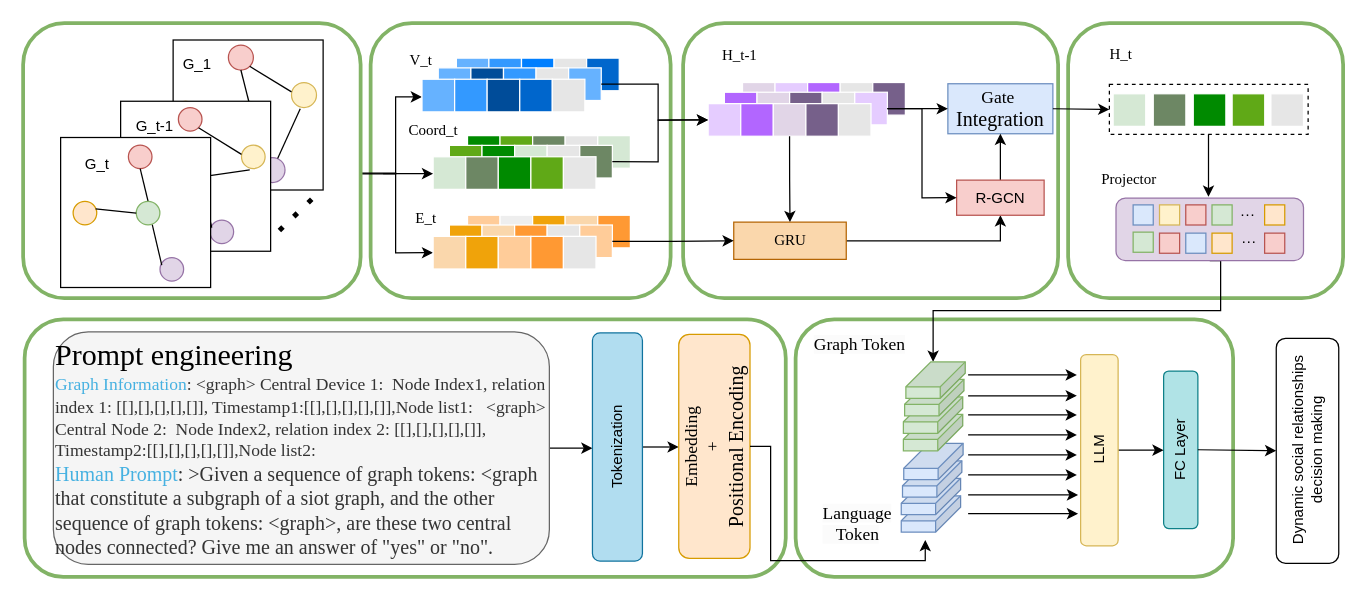
hzb29/hzb29 keeps this draw.io diagram as 未命名绘图.drawio. Above is the earlier version. Source tidied: cells renumbered, new cells numbered last; positions are measured from the earlier drawing's top-left corner, leaving out a move shared by most shapes. Both pictures are drawn from the tidied source at 125%, with x=0, y=0 at pixel (22, 22).
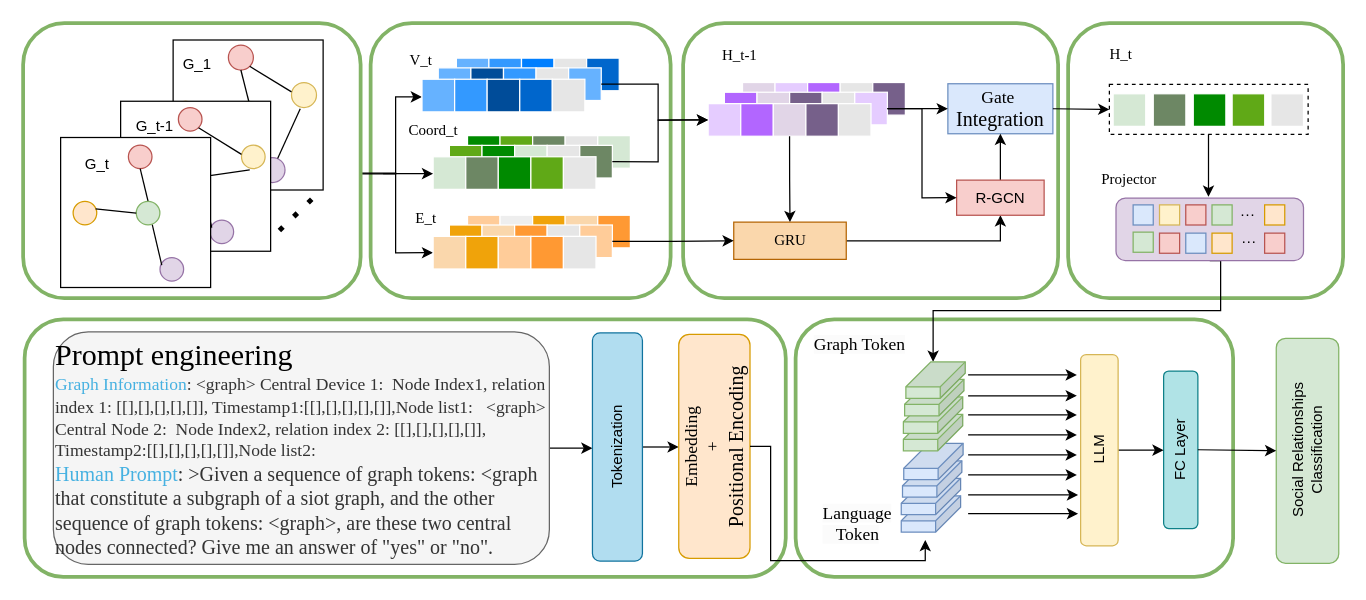
The same diagram, later.

Commit message:
更新未命名绘图.drawio

Diff of the diagram source:
```diff
@@
-    <mxCell id="65" value="&lt;font&gt;Dynamic social relationships decision making&lt;/font&gt;" style="rounded=1;whiteSpace=wrap;html=1;fillColor=none;fontSize=12;rotation=-90;" parent="1" vertex="1">
+    <mxCell id="65" value="&lt;font&gt;Social Relationships Classification&lt;/font&gt;" style="rounded=1;whiteSpace=wrap;html=1;fillColor=#d5e8d4;fontSize=12;rotation=-90;strokeColor=#82b366;" parent="1" vertex="1">
       <mxGeometry x="937.5" y="317.1" width="180" height="50" as="geometry" />
     </mxCell>
```
